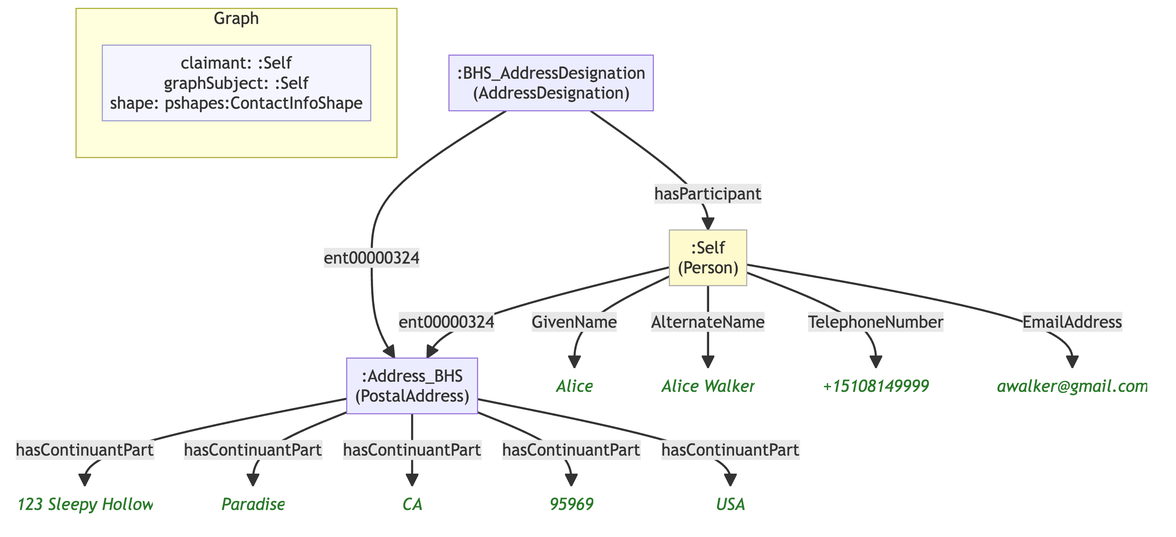
MeeFoundation/mia-ontologies keeps this Mermaid diagram as example/graphs/images/graph-14.png. Above is the earlier version. Its source is kept beside it as example/graphs/images/graph-14.mmd.
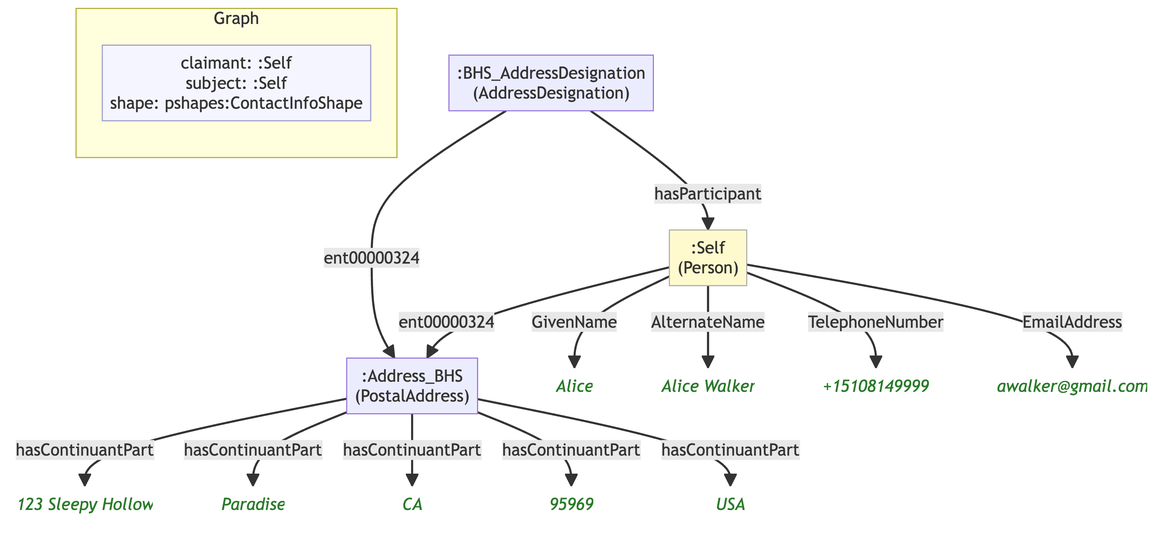
Later version of the same file.

Diff of the diagram source:
```diff
@@ -7,31 +7,31 @@
 
     subgraph ctx["Graph"]
         direction LR
-        ctx_meta["claimant: :Self\ngraphSubject: :Self\nshape: pshapes:ContactInfoShape"]:::meta
+        ctx_meta["claimant: :Self\nsubject: :Self\nshape: pshapes:ContactInfoShape"]:::meta
     end
 
     n83041f53e81b[":Address_BHS\n(PostalAddress)"]
-    n07c294ad213f("123 Sleepy Hollow"):::lit
-    nbd0daa39b730("Paradise"):::lit
-    n6dade5fdc5fb("CA"):::lit
-    n8ed1cfe0488e("95969"):::lit
-    n8949491a5979("USA"):::lit
+    n15598f3e4334("123 Sleepy Hollow"):::lit
+    nc2d959bd961b("Paradise"):::lit
+    nc0a5ebb88ab9("CA"):::lit
+    n922a4448866e("95969"):::lit
+    nc5b05af1bd08("USA"):::lit
     n671ed2c2e917[":BHS_AddressDesignation\n(AddressDesignation)"]
     n655e442e50be[":Self\n(Person)"]:::person
-    nbbb4b4c4b362("Alice"):::lit
-    n122490f7b530("Alice Walker"):::lit
-    n77bb1782b3f5("+15108149999"):::lit
-    n19949499dccc("awalker@gmail.com"):::lit
+    n34aebc63e25c("Alice"):::lit
+    n42a16703c60a("Alice Walker"):::lit
+    n32d772bbf9c3("+15108149999"):::lit
+    n8ef53930730b("awalker@gmail.com"):::lit
 
-    n83041f53e81b -->|"hasContinuantPart"| n07c294ad213f
-    n83041f53e81b -->|"hasContinuantPart"| nbd0daa39b730
-    n83041f53e81b -->|"hasContinuantPart"| n6dade5fdc5fb
-    n83041f53e81b -->|"hasContinuantPart"| n8ed1cfe0488e
-    n83041f53e81b -->|"hasContinuantPart"| n8949491a5979
+    n83041f53e81b -->|"hasContinuantPart"| n15598f3e4334
+    n83041f53e81b -->|"hasContinuantPart"| nc2d959bd961b
+    n83041f53e81b -->|"hasContinuantPart"| nc0a5ebb88ab9
+    n83041f53e81b -->|"hasContinuantPart"| n922a4448866e
+    n83041f53e81b -->|"hasContinuantPart"| nc5b05af1bd08
     n671ed2c2e917 -->|"hasParticipant"| n655e442e50be
     n671ed2c2e917 -->|"ent00000324"| n83041f53e81b
-    n655e442e50be -->|"GivenName"| nbbb4b4c4b362
-    n655e442e50be -->|"AlternateName"| n122490f7b530
-    n655e442e50be -->|"TelephoneNumber"| n77bb1782b3f5
-    n655e442e50be -->|"EmailAddress"| n19949499dccc
+    n655e442e50be -->|"GivenName"| n34aebc63e25c
+    n655e442e50be -->|"AlternateName"| n42a16703c60a
+    n655e442e50be -->|"TelephoneNumber"| n32d772bbf9c3
+    n655e442e50be -->|"EmailAddress"| n8ef53930730b
     n655e442e50be -->|"ent00000324"| n83041f53e81b
```
